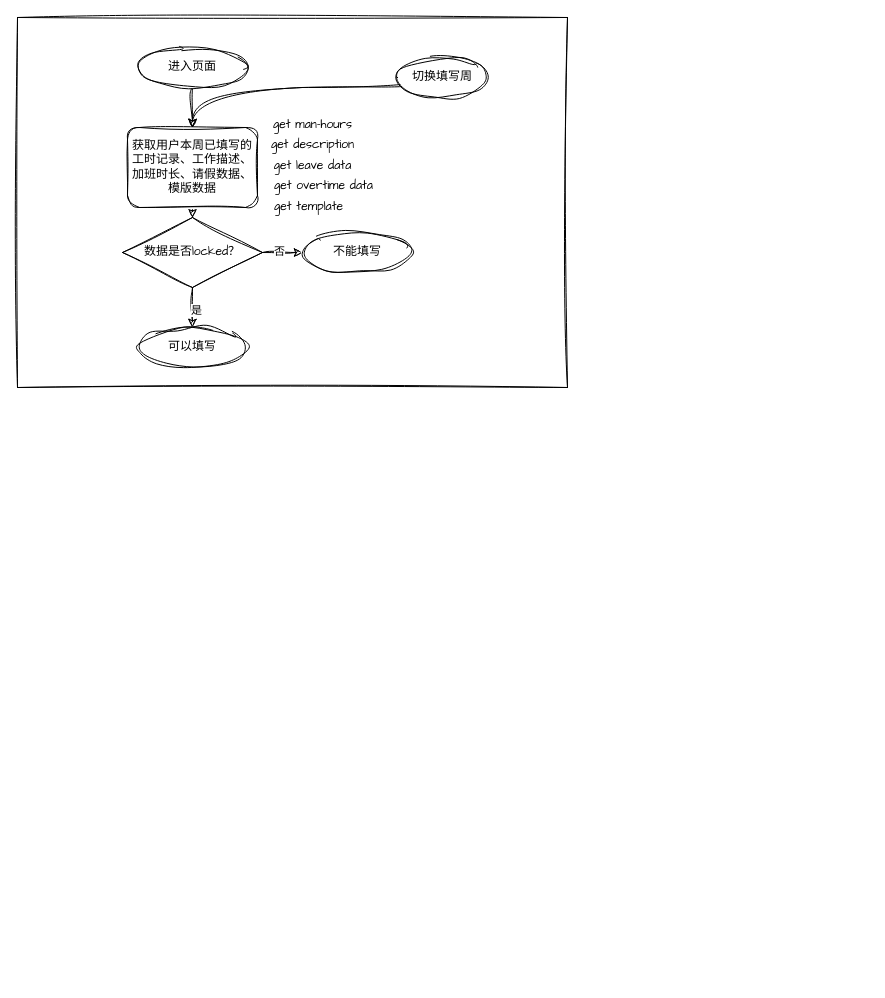
Above: SCUT RobotLab/未命名绘图.drawio in wanting12345/my-project (draw.io), before the change. Source tidied: cells renumbered, new cells numbered last; positions are measured from the earlier drawing's top-left corner, leaving out a move shared by most shapes. Both pictures are drawn from the tidied source at 100%, with x=0, y=0 at pixel (17, 17).
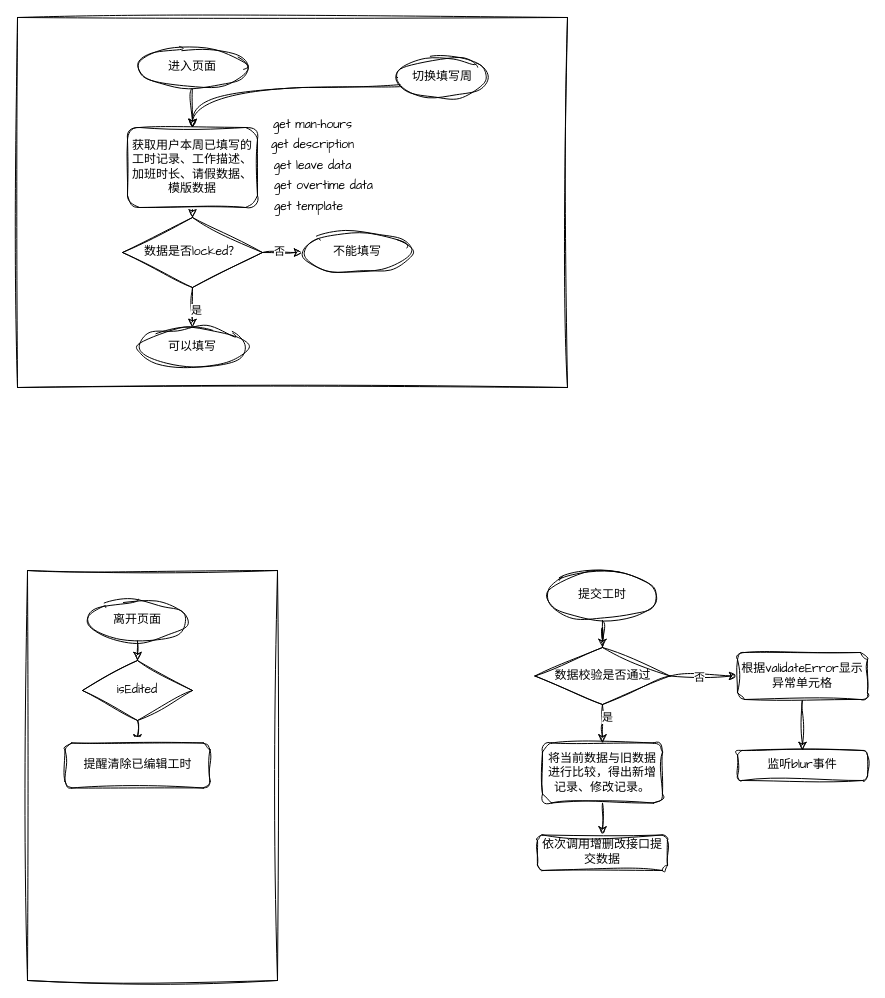
After the change.

Commit message:
更新未命名绘图.drawio

Diff of the diagram source:
```diff
@@
+    <mxCell id="21" style="rounded=0;whiteSpace=wrap;html=1;sketch=1;hachureGap=4;jiggle=2;curveFitting=1;fontFamily=Architects Daughter;" parent="1" vertex="1">
+      <mxGeometry x="10" y="553" width="250" height="410" as="geometry" />
+    </mxCell>
+    <mxCell id="22" style="edgeStyle=orthogonalEdgeStyle;rounded=0;sketch=1;hachureGap=4;jiggle=2;curveFitting=1;jettySize=auto;html=1;exitX=0.5;exitY=1;exitDx=0;exitDy=0;entryX=0.5;entryY=0;entryDx=0;entryDy=0;fontFamily=Architects Daughter;" parent="1" edge="1" source="23" target="25">
+      <mxGeometry relative="1" as="geometry" />
+    </mxCell>
+    <mxCell id="23" value="离开页面" style="ellipse;whiteSpace=wrap;html=1;sketch=1;hachureGap=4;jiggle=2;curveFitting=1;fontFamily=Architects Daughter;" parent="1" vertex="1">
+      <mxGeometry x="70" y="583" width="100" height="40" as="geometry" />
+    </mxCell>
+    <mxCell id="24" style="edgeStyle=orthogonalEdgeStyle;rounded=0;sketch=1;hachureGap=4;jiggle=2;curveFitting=1;jettySize=auto;html=1;exitX=0.5;exitY=1;exitDx=0;exitDy=0;entryX=0.5;entryY=0;entryDx=0;entryDy=0;fontFamily=Architects Daughter;" parent="1" edge="1" source="25" target="26">
+      <mxGeometry relative="1" as="geometry" />
+    </mxCell>
+    <mxCell id="25" value="isEdited" style="rhombus;whiteSpace=wrap;html=1;sketch=1;hachureGap=4;jiggle=2;curveFitting=1;fontFamily=Architects Daughter;" parent="1" vertex="1">
+      <mxGeometry x="65" y="643" width="110" height="60" as="geometry" />
+    </mxCell>
+    <mxCell id="26" value="提醒清除已编辑工时" style="rounded=1;whiteSpace=wrap;html=1;sketch=1;hachureGap=4;jiggle=2;curveFitting=1;fontFamily=Architects Daughter;" parent="1" vertex="1">
+      <mxGeometry x="47.5" y="725.5" width="145" height="45" as="geometry" />
+    </mxCell>
+    <mxCell id="27" style="edgeStyle=orthogonalEdgeStyle;rounded=0;sketch=1;hachureGap=4;jiggle=2;curveFitting=1;jettySize=auto;html=1;fontFamily=Architects Daughter;" parent="1" edge="1" source="28" target="36">
+      <mxGeometry relative="1" as="geometry" />
+    </mxCell>
+    <mxCell id="28" value="提交工时" style="ellipse;whiteSpace=wrap;html=1;sketch=1;hachureGap=4;jiggle=2;curveFitting=1;fontFamily=Architects Daughter;" parent="1" vertex="1">
+      <mxGeometry x="530" y="553" width="110" height="50" as="geometry" />
+    </mxCell>
+    <mxCell id="29" style="edgeStyle=orthogonalEdgeStyle;rounded=0;sketch=1;hachureGap=4;jiggle=2;curveFitting=1;jettySize=auto;html=1;exitX=0.5;exitY=1;exitDx=0;exitDy=0;entryX=0.5;entryY=0;entryDx=0;entryDy=0;fontFamily=Architects Daughter;" parent="1" edge="1" source="30" target="31">
+      <mxGeometry relative="1" as="geometry" />
+    </mxCell>
+    <mxCell id="30" value="将当前数据与旧数据进行比较，得出新增记录、修改记录。" style="rounded=1;whiteSpace=wrap;html=1;sketch=1;hachureGap=4;jiggle=2;curveFitting=1;fontFamily=Architects Daughter;" parent="1" vertex="1">
+      <mxGeometry x="525" y="725.5" width="120" height="60" as="geometry" />
+    </mxCell>
+    <mxCell id="31" value="依次调用增删改接口提交数据" style="rounded=1;whiteSpace=wrap;html=1;sketch=1;hachureGap=4;jiggle=2;curveFitting=1;fontFamily=Architects Daughter;" parent="1" vertex="1">
+      <mxGeometry x="520" y="817.5" width="130" height="35.5" as="geometry" />
+    </mxCell>
+    <mxCell id="32" style="edgeStyle=orthogonalEdgeStyle;rounded=0;sketch=1;hachureGap=4;jiggle=2;curveFitting=1;jettySize=auto;html=1;fontFamily=Architects Daughter;" parent="1" edge="1" source="36" target="30">
+      <mxGeometry relative="1" as="geometry" />
+    </mxCell>
+    <mxCell id="33" value="是" style="edgeLabel;html=1;align=center;verticalAlign=middle;sketch=1;hachureGap=4;jiggle=2;curveFitting=1;fontFamily=Architects Daughter;" parent="32" vertex="1">
+      <mxGeometry x="-0.41" y="4" relative="1" as="geometry" />
+    </mxCell>
+    <mxCell id="34" style="edgeStyle=orthogonalEdgeStyle;rounded=0;sketch=1;hachureGap=4;jiggle=2;curveFitting=1;jettySize=auto;html=1;exitX=1;exitY=0.5;exitDx=0;exitDy=0;entryX=0;entryY=0.5;entryDx=0;entryDy=0;fontFamily=Architects Daughter;" parent="1" edge="1" source="36" target="38">
+      <mxGeometry relative="1" as="geometry" />
+    </mxCell>
+    <mxCell id="35" value="否" style="edgeLabel;html=1;align=center;verticalAlign=middle;sketch=1;hachureGap=4;jiggle=2;curveFitting=1;fontFamily=Architects Daughter;" parent="34" vertex="1">
+      <mxGeometry x="-0.13" y="-1" relative="1" as="geometry" />
+    </mxCell>
+    <mxCell id="36" value="数据校验是否通过" style="rhombus;whiteSpace=wrap;html=1;sketch=1;hachureGap=4;jiggle=2;curveFitting=1;fontFamily=Architects Daughter;" parent="1" vertex="1">
+      <mxGeometry x="517.5" y="630" width="135" height="57" as="geometry" />
+    </mxCell>
+    <mxCell id="37" style="edgeStyle=orthogonalEdgeStyle;rounded=0;sketch=1;hachureGap=4;jiggle=2;curveFitting=1;jettySize=auto;html=1;fontFamily=Architects Daughter;" parent="1" edge="1" source="38" target="39">
+      <mxGeometry relative="1" as="geometry" />
+    </mxCell>
+    <mxCell id="38" value="根据validateError显示异常单元格" style="rounded=1;whiteSpace=wrap;html=1;sketch=1;hachureGap=4;jiggle=2;curveFitting=1;fontFamily=Architects Daughter;" parent="1" vertex="1">
+      <mxGeometry x="720" y="635" width="130" height="47" as="geometry" />
+    </mxCell>
+    <mxCell id="39" value="监听blur事件" style="rounded=1;whiteSpace=wrap;html=1;sketch=1;hachureGap=4;jiggle=2;curveFitting=1;fontFamily=Architects Daughter;" parent="1" vertex="1">
+      <mxGeometry x="720" y="733" width="130" height="30" as="geometry" />
+    </mxCell>
```
